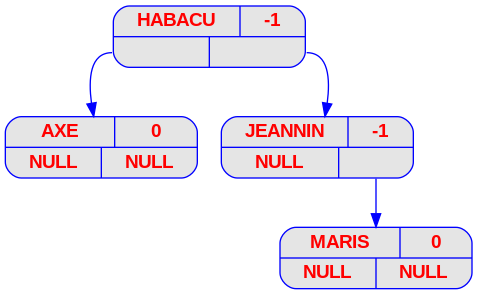
This is ex1/img/png/prenoms_v03.png from danilorodrigues128/FilRougeAAP, a Graphviz export, as it was before one commit. Its source is kept beside it as ex1/img/dot/prenoms_v03.dot.
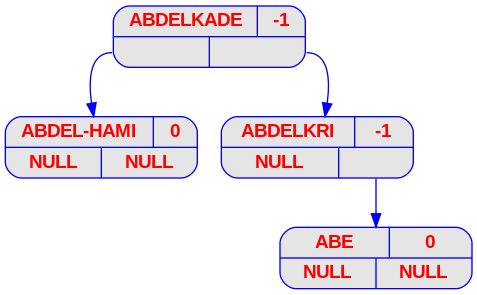
After the commit.

Change to the diagram source:
```diff
@@ -14,14 +14,14 @@
 		color     = "blue"
 	]
 
-	HABACU [label = "{{<c> HABACU | <b> -1} | { <g> | <d>}}"];
-	HABACU:g -> AXE;
-	AXE [label = "{{<c> AXE | <b> 0} | { <g> | <d>}}"];
-	AXE [label = "{{<c> AXE | <b> 0} | { <g> NULL | <d> NULL}}"];
-	HABACU:d -> JEANNIN;
-	JEANNIN [label = "{{<c> JEANNIN | <b> -1} | { <g> | <d>}}"];
-	JEANNIN [label = "{{<c> JEANNIN | <b> -1} | { <g> NULL | <d> }}"];
-	JEANNIN:d -> MARIS;
-	MARIS [label = "{{<c> MARIS | <b> 0} | { <g> | <d>}}"];
-	MARIS [label = "{{<c> MARIS | <b> 0} | { <g> NULL | <d> NULL}}"];
+	"ABDELKADE" [label = "{{<c> ABDELKADE | <b> -1} | { <g> | <d>}}"];
+	"ABDELKADE":g -> "ABDEL-HAMI";
+	"ABDEL-HAMI" [label = "{{<c> ABDEL-HAMI | <b> 0} | { <g> | <d>}}"];
+	"ABDEL-HAMI" [label = "{{<c> ABDEL-HAMI | <b> 0} | { <g> NULL | <d> NULL}}"];
+	"ABDELKADE":d -> "ABDELKRI";
+	"ABDELKRI" [label = "{{<c> ABDELKRI | <b> -1} | { <g> | <d>}}"];
+	"ABDELKRI" [label = "{{<c> ABDELKRI | <b> -1} | { <g> NULL | <d> }}"];
+	"ABDELKRI":d -> "ABE";
+	"ABE" [label = "{{<c> ABE | <b> 0} | { <g> | <d>}}"];
+	"ABE" [label = "{{<c> ABE | <b> 0} | { <g> NULL | <d> NULL}}"];
 }
```
